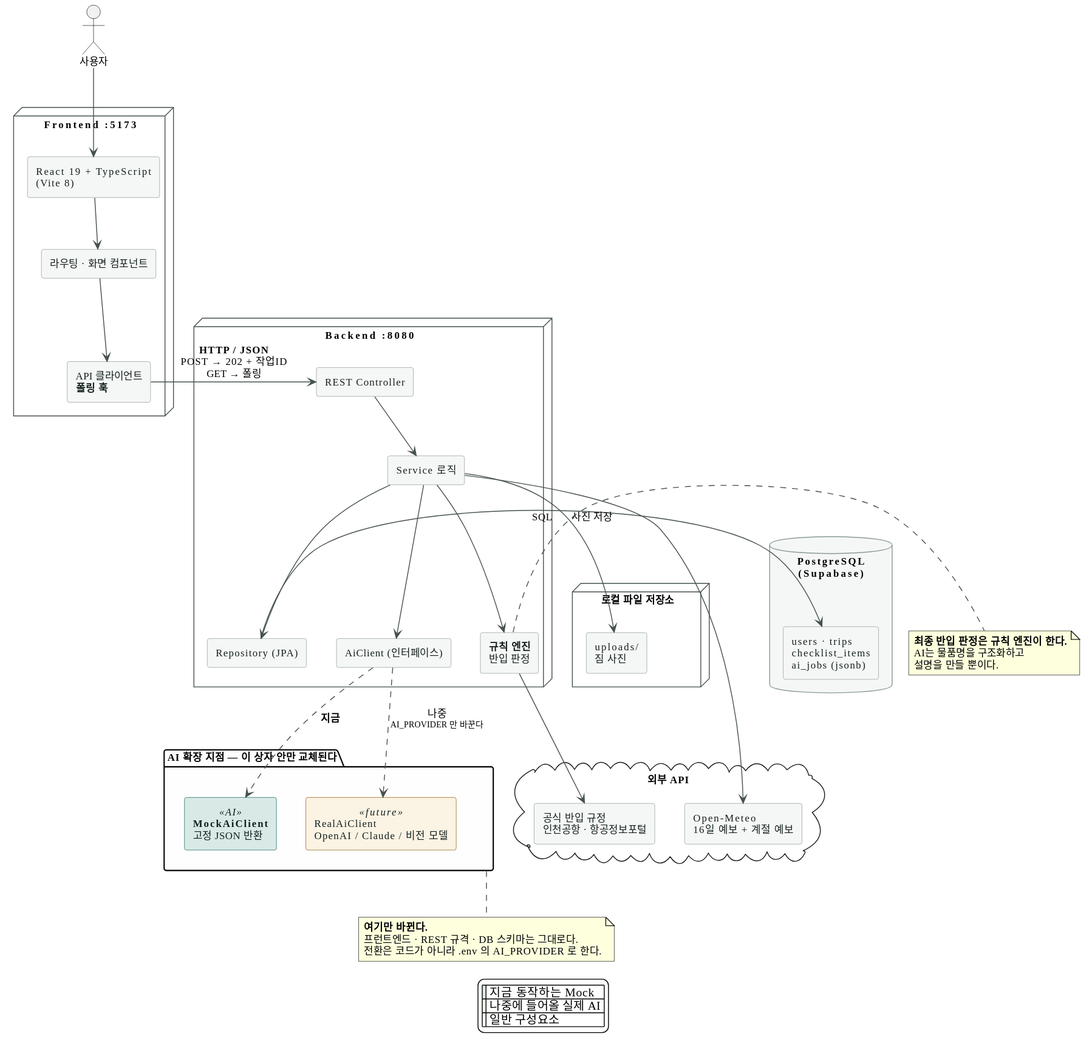
Before: docs/images/04-architecture.svg, a diagram exported from PlantUML (SangMyeong5426/skala-mini-ai-web-service).
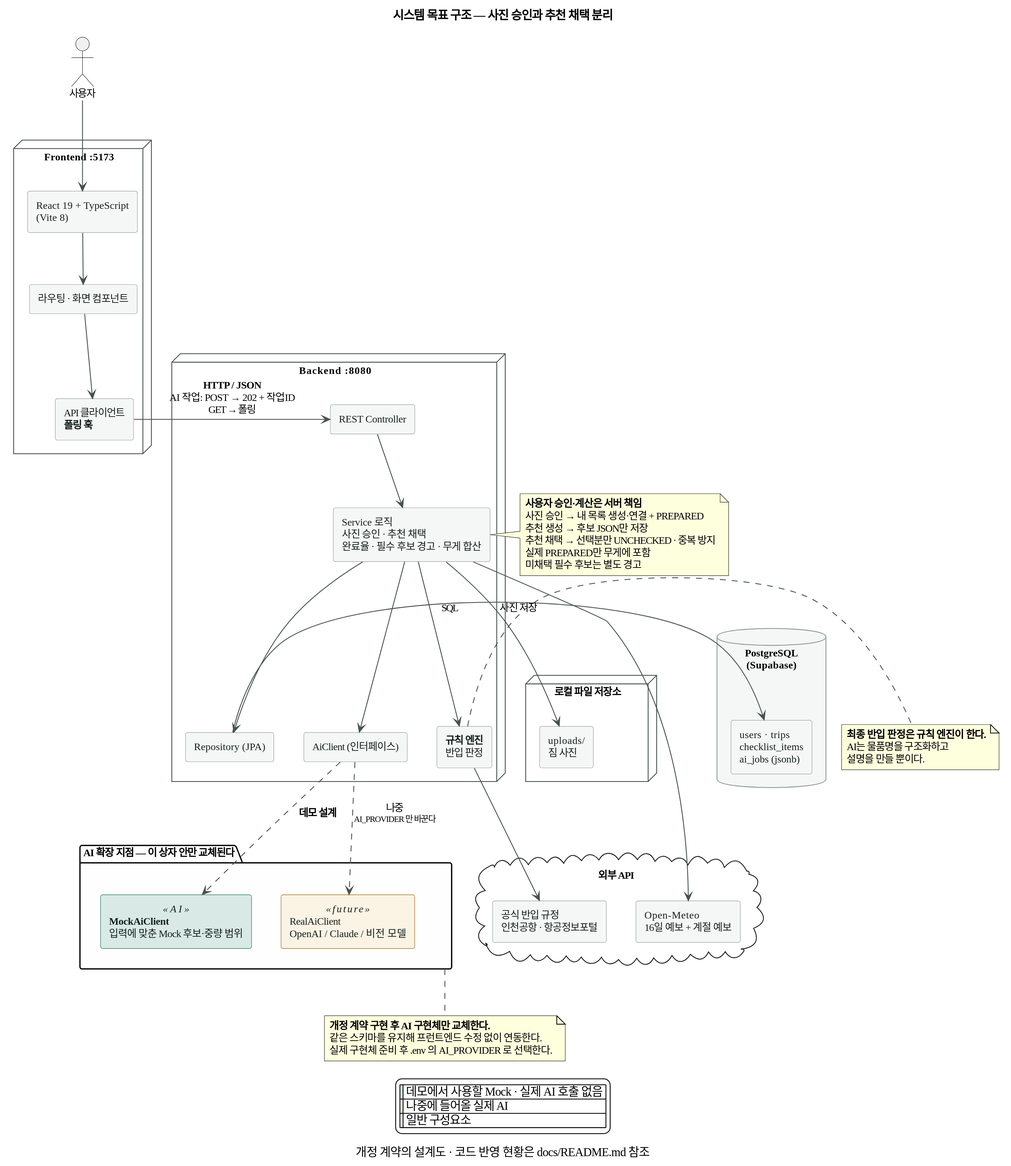
Later version of the same file.

Change to the diagram source:
```diff
@@ -1,11 +1,14 @@
 @startuml
 
 skinparam backgroundColor #FFFFFF
+skinparam dpi 160
 skinparam shadowing false
 skinparam defaultFontName "Apple SD Gothic Neo"
 skinparam defaultFontSize 12
 skinparam ArrowColor #46524E
 skinparam componentStyle rectangle
+title 시스템 목표 구조 — 사진 승인과 추천 채택 분리
+caption 개정 계약의 설계도 · 코드 반영 현황은 docs/README.md 참조
 
 skinparam component {
   BackgroundColor #F5F7F6
@@ -35,14 +38,14 @@
 
 node "Backend  :8080" as BE {
   component "REST Controller" as CTRL
-  component "Service 로직" as SVC
+  component "Service 로직\n사진 승인 · 추천 채택\n완료율 · 필수 후보 경고 · 무게 합산" as SVC
   component "Repository (JPA)" as REPO
   component "**규칙 엔진**\n반입 판정" as RULE
   component "AiClient (인터페이스)" as IFACE
 }
 
 package "AI 확장 지점 — 이 상자 안만 교체된다" as AIBOX #FEFEFE {
-  component "**MockAiClient**\n고정 JSON 반환" as MOCK <<AI>>
+  component "**MockAiClient**\n입력에 맞춘 Mock 후보·중량 범위" as MOCK <<AI>>
   component "RealAiClient\nOpenAI / Claude / 비전 모델" as REAL <<future>>
 }
 
@@ -63,7 +66,7 @@
 FEAPP --> FEUI
 FEUI --> FEAPI
 
-FEAPI -right-> CTRL : **HTTP / JSON**\nPOST → 202 + 작업ID\nGET → 폴링
+FEAPI -right-> CTRL : **HTTP / JSON**\nAI 작업: POST → 202 + 작업ID\nGET → 폴링
 CTRL --> SVC
 SVC --> REPO
 SVC --> RULE
@@ -71,16 +74,25 @@
 REPO -right-> TABLES : SQL
 SVC --> UP : 사진 저장
 
-IFACE ..> MOCK : **지금**
+IFACE ..> MOCK : **데모 설계**
 IFACE ..> REAL : 나중\n<size:10>AI_PROVIDER 만 바꾼다</size>
 
 SVC --> WEATHER
 RULE --> RULES
 
 note bottom of AIBOX
-  **여기만 바뀐다.**
-  프런트엔드 · REST 규격 · DB 스키마는 그대로다.
-  전환은 코드가 아니라 .env 의 AI_PROVIDER 로 한다.
+  **개정 계약 구현 후 AI 구현체만 교체한다.**
+  같은 스키마를 유지해 프런트엔드 수정 없이 연동한다.
+  실제 구현체 준비 후 .env 의 AI_PROVIDER 로 선택한다.
+end note
+
+note left of SVC
+  **사용자 승인·계산은 서버 책임**
+  사진 승인 → 내 목록 생성·연결 + PREPARED
+  추천 생성 → 후보 JSON만 저장
+  추천 채택 → 선택분만 UNCHECKED · 중복 방지
+  실제 PREPARED만 무게에 포함
+  미채택 필수 후보는 별도 경고
 end note
 
 note right of RULE
@@ -90,7 +102,7 @@
 end note
 
 legend bottom
-  |<#D9EAE6>| 지금 동작하는 Mock |
+  |<#D9EAE6>| 데모에서 사용할 Mock · 실제 AI 호출 없음 |
   |<#FBF3E4>| 나중에 들어올 실제 AI |
   |<#F5F7F6>| 일반 구성요소 |
 endlegend
```
